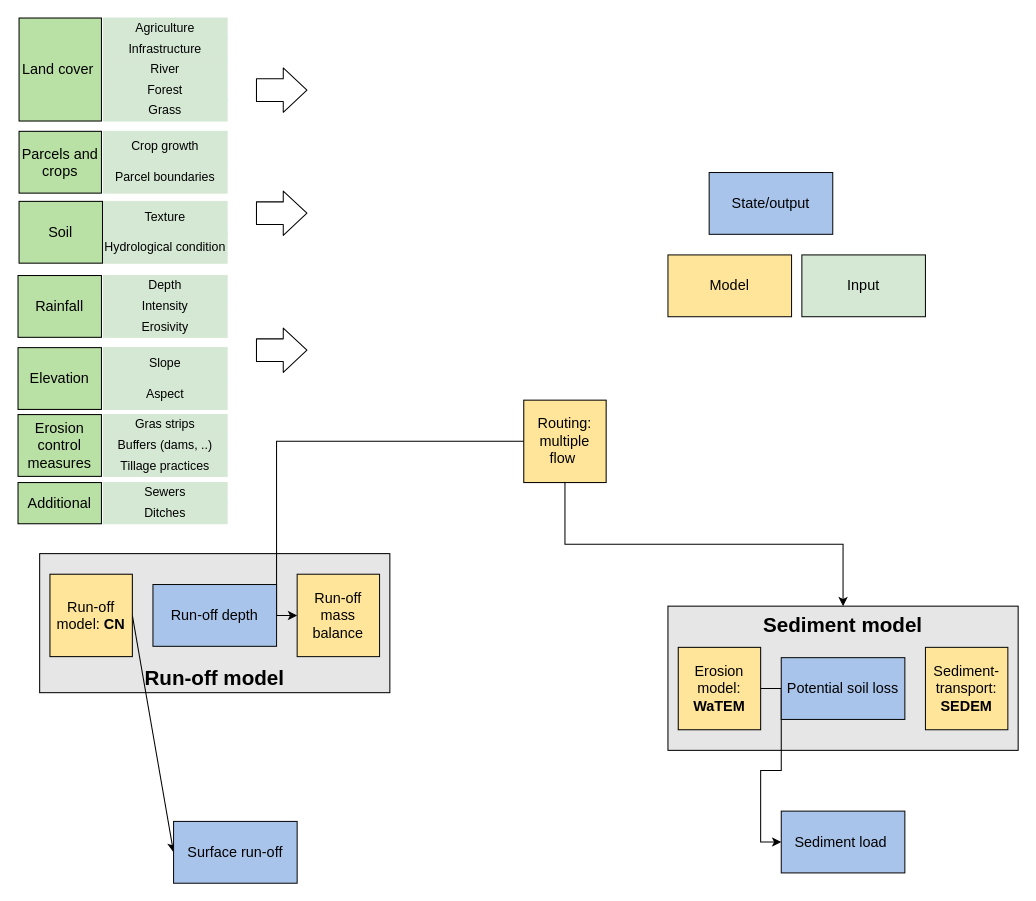
This is docs/_static/png/diagram_cn_ws_package.drawio from watem-sedem/watem-sedem, a draw.io file, before an edit. Source tidied: cells renumbered, new cells numbered last; positions are measured from the earlier drawing's top-left corner, leaving out a move shared by most shapes. Both pictures are drawn from the tidied source at 103%, with x=0, y=0 at pixel (18, 18).
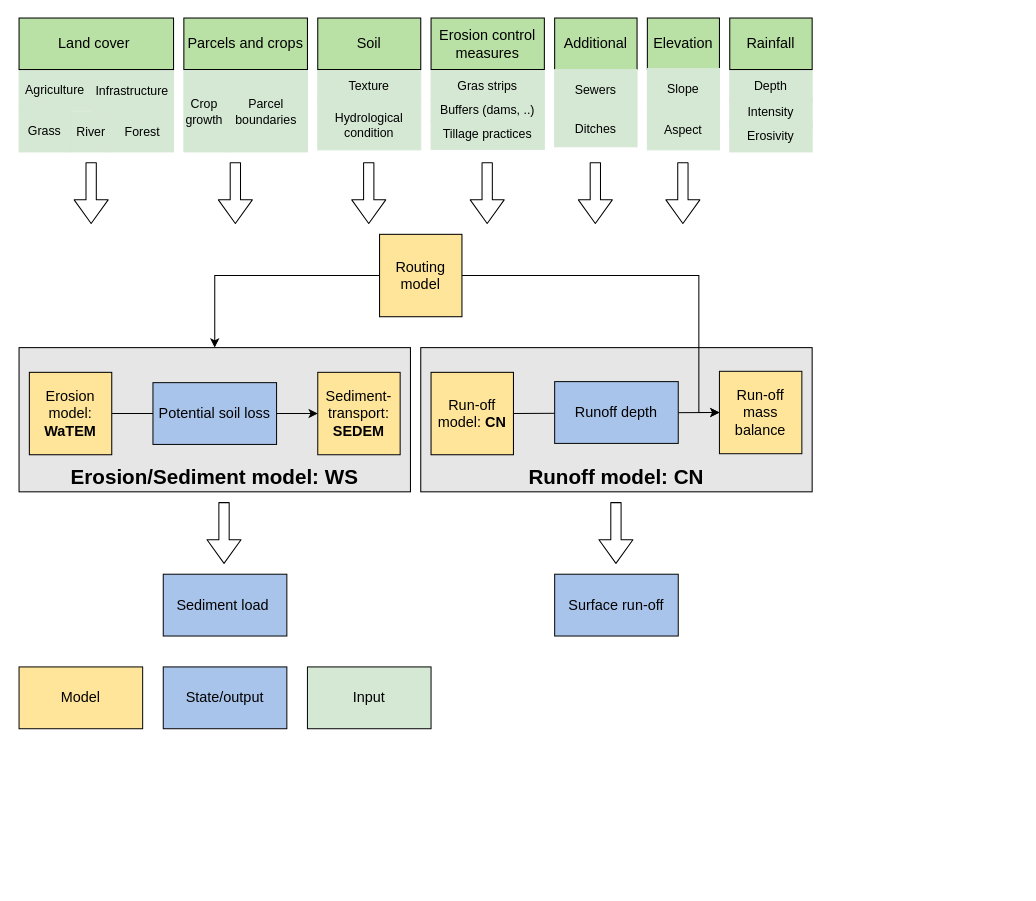
The same page after the edit.

Commit message (it also covers changes not shown here):
update figure diagram_cn_ws_package

The edit, as a diff of the source:
```diff
@@
-    <mxCell id="2" value="&lt;b style=&quot;font-size: 20px&quot;&gt;Run-off model&lt;/b&gt;" style="rounded=0;whiteSpace=wrap;html=1;verticalAlign=bottom;fontSize=20;fillColor=#E6E6E6;" parent="1" vertex="1">
-      <mxGeometry x="21" y="520" width="340" height="135" as="geometry" />
-    </mxCell>
+    <mxCell id="49" value="&lt;b style=&quot;font-size: 20px&quot;&gt;Runoff model: CN&lt;/b&gt;" style="rounded=0;whiteSpace=wrap;html=1;verticalAlign=bottom;fontSize=20;fillColor=#E6E6E6;" parent="1" vertex="1">
+      <mxGeometry x="391" y="320" width="380" height="140" as="geometry" />
+    </mxCell>
-    <mxCell id="3" value="&lt;b style=&quot;font-size: 20px&quot;&gt;Sediment model&lt;/b&gt;" style="rounded=0;whiteSpace=wrap;html=1;verticalAlign=top;fontSize=20;fillColor=#E6E6E6;" parent="1" vertex="1">
-      <mxGeometry x="631" y="571" width="340" height="140" as="geometry" />
+    <mxCell id="3" value="&lt;b style=&quot;font-size: 20px&quot;&gt;Erosion/Sediment model: WS&lt;/b&gt;" style="rounded=0;whiteSpace=wrap;html=1;verticalAlign=bottom;fontSize=20;fillColor=#E6E6E6;" parent="1" vertex="1">
+      <mxGeometry x="1" y="320" width="380" height="140" as="geometry" />
     </mxCell>
-    <mxCell id="4" style="edgeStyle=orthogonalEdgeStyle;rounded=0;jettySize=auto;html=1;exitX=0.5;exitY=1;exitDx=0;exitDy=0;entryX=0.5;entryY=0;entryDx=0;entryDy=0;" parent="1" edge="1" source="6" target="3">
+    <mxCell id="4" style="edgeStyle=orthogonalEdgeStyle;rounded=0;jettySize=auto;html=1;exitX=0;exitY=0.5;exitDx=0;exitDy=0;entryX=0.5;entryY=0;entryDx=0;entryDy=0;" parent="1" edge="1" source="6" target="3">
       <mxGeometry relative="1" as="geometry" />
     </mxCell>
-    <mxCell id="5" style="edgeStyle=orthogonalEdgeStyle;rounded=0;jettySize=auto;html=1;exitX=0;exitY=0.5;exitDx=0;exitDy=0;entryX=0;entryY=0.5;entryDx=0;entryDy=0;" parent="1" edge="1" source="6" target="47">
-      <mxGeometry relative="1" as="geometry" />
-    </mxCell>
-    <mxCell id="6" value="Routing: multiple flow&amp;nbsp;" style="whiteSpace=wrap;html=1;fontSize=14;fontStyle=0;fillColor=#FFE599;" parent="1" vertex="1">
-      <mxGeometry x="491" y="371" width="80" height="80" as="geometry" />
+    <mxCell id="6" value="Routing model" style="whiteSpace=wrap;html=1;fontSize=14;fontStyle=0;fillColor=#FFE599;" parent="1" vertex="1">
+      <mxGeometry x="351" y="210" width="80" height="80" as="geometry" />
     </mxCell>
-    <mxCell id="7" style="edgeStyle=none;rounded=0;jettySize=auto;html=1;exitX=1;exitY=0.5;exitDx=0;exitDy=0;entryX=0;entryY=0.5;entryDx=0;entryDy=0;" parent="1" edge="1" source="8" target="46">
+    <mxCell id="7" style="edgeStyle=none;rounded=0;jettySize=auto;html=1;exitX=1;exitY=0.5;exitDx=0;exitDy=0;entryX=0;entryY=0.5;entryDx=0;entryDy=0;entryPerimeter=0;" parent="1" edge="1" source="8" target="47">
       <mxGeometry relative="1" as="geometry" />
     </mxCell>
     <mxCell id="8" value="Run-off model: &lt;b&gt;CN&lt;/b&gt;" style="whiteSpace=wrap;html=1;fontSize=14;fontStyle=0;fillColor=#FFE599;" parent="1" vertex="1">
-      <mxGeometry x="31" y="540" width="80" height="80" as="geometry" />
+      <mxGeometry x="401" y="344" width="80" height="80" as="geometry" />
     </mxCell>
-    <mxCell id="9" style="edgeStyle=orthogonalEdgeStyle;rounded=0;jettySize=auto;html=1;entryX=0;entryY=0.5;entryDx=0;entryDy=0;fillColor=#BFBFBF;fontSize=14;" parent="1" edge="1" source="48" target="33">
+    <mxCell id="9" style="edgeStyle=orthogonalEdgeStyle;rounded=0;jettySize=auto;html=1;fillColor=#BFBFBF;fontSize=14;" parent="1" edge="1" source="48" target="45">
       <mxGeometry relative="1" as="geometry" />
     </mxCell>
-    <mxCell id="10" value="Agriculture" style="rounded=0;whiteSpace=wrap;html=1;fillColor=#D5E8D4;fontSize=12;strokeColor=#D5E8D4;" parent="1" vertex="1">
-      <mxGeometry x="83" width="120" height="20" as="geometry" />
+    <mxCell id="10" value="Agriculture" style="rounded=0;whiteSpace=wrap;html=1;fillColor=#D5E8D4;fontSize=12;strokeColor=#D5E8D4;rotation=0;direction=north;" parent="1" vertex="1">
+      <mxGeometry x="1" y="50" width="70" height="40" as="geometry" />
     </mxCell>
-    <mxCell id="11" value="Infrastructure" style="rounded=0;whiteSpace=wrap;html=1;fillColor=#D5E8D4;fontSize=12;strokeColor=#D5E8D4;" parent="1" vertex="1">
-      <mxGeometry x="83" y="20" width="120" height="20" as="geometry" />
+    <mxCell id="11" value="Infrastructure" style="rounded=0;whiteSpace=wrap;html=1;fillColor=#D5E8D4;fontSize=12;strokeColor=#D5E8D4;rotation=0;direction=north;" parent="1" vertex="1">
+      <mxGeometry x="71" y="51" width="80" height="40" as="geometry" />
     </mxCell>
-    <mxCell id="12" value="River" style="rounded=0;whiteSpace=wrap;html=1;fillColor=#D5E8D4;fontSize=12;strokeColor=#D5E8D4;" parent="1" vertex="1">
-      <mxGeometry x="83" y="40" width="120" height="20" as="geometry" />
+    <mxCell id="12" value="River" style="rounded=0;whiteSpace=wrap;html=1;fillColor=#D5E8D4;fontSize=12;strokeColor=#D5E8D4;rotation=0;direction=east;" parent="1" vertex="1">
+      <mxGeometry x="51" y="91" width="40" height="39" as="geometry" />
     </mxCell>
-    <mxCell id="13" value="Forest" style="rounded=0;whiteSpace=wrap;html=1;fillColor=#D5E8D4;fontSize=12;strokeColor=#D5E8D4;" parent="1" vertex="1">
-      <mxGeometry x="83" y="60" width="120" height="20" as="geometry" />
+    <mxCell id="13" value="Forest" style="rounded=0;whiteSpace=wrap;html=1;fillColor=#D5E8D4;fontSize=12;strokeColor=#D5E8D4;rotation=0;direction=north;" parent="1" vertex="1">
+      <mxGeometry x="91" y="91" width="60" height="39" as="geometry" />
     </mxCell>
-    <mxCell id="14" value="Grass" style="rounded=0;whiteSpace=wrap;html=1;fillColor=#D5E8D4;fontSize=12;strokeColor=#D5E8D4;" parent="1" vertex="1">
-      <mxGeometry x="83" y="80" width="120" height="20" as="geometry" />
+    <mxCell id="14" value="Grass" style="rounded=0;whiteSpace=wrap;html=1;fillColor=#D5E8D4;fontSize=12;strokeColor=#D5E8D4;rotation=0;direction=north;" parent="1" vertex="1">
+      <mxGeometry x="1" y="90" width="50" height="40" as="geometry" />
     </mxCell>
     <mxCell id="15" value="&lt;span&gt;Land cover&amp;nbsp;&lt;/span&gt;" style="rounded=0;whiteSpace=wrap;html=1;fillColor=#B9E0A5;fontSize=14;fontStyle=0;" parent="1" vertex="1">
-      <mxGeometry x="1" width="80" height="100" as="geometry" />
+      <mxGeometry x="1" width="150" height="50" as="geometry" />
     </mxCell>
     <mxCell id="16" value="Soil" style="rounded=0;whiteSpace=wrap;html=1;fillColor=#B9E0A5;fontSize=14;fontStyle=0;" parent="1" vertex="1">
-      <mxGeometry x="1" y="178" width="81" height="60" as="geometry" />
+      <mxGeometry x="291" width="100" height="50" as="geometry" />
     </mxCell>
     <mxCell id="17" value="Erosivity" style="rounded=0;whiteSpace=wrap;html=1;fillColor=#D5E8D4;fontSize=12;strokeColor=#D5E8D4;" parent="1" vertex="1">
-      <mxGeometry x="83" y="290" width="120" height="20" as="geometry" />
+      <mxGeometry x="691" y="100.5" width="80" height="29.5" as="geometry" />
     </mxCell>
     <mxCell id="18" value="Depth" style="rounded=0;whiteSpace=wrap;html=1;fillColor=#D5E8D4;fontSize=12;strokeColor=#D5E8D4;" parent="1" vertex="1">
-      <mxGeometry x="83" y="250" width="120" height="20" as="geometry" />
+      <mxGeometry x="691" y="51" width="80" height="29.5" as="geometry" />
     </mxCell>
     <mxCell id="19" value="Intensity" style="rounded=0;whiteSpace=wrap;html=1;fillColor=#D5E8D4;fontSize=12;strokeColor=#D5E8D4;" parent="1" vertex="1">
-      <mxGeometry x="83" y="270" width="120" height="20" as="geometry" />
+      <mxGeometry x="691" y="77.5" width="80" height="29.5" as="geometry" />
     </mxCell>
     <mxCell id="20" value="Rainfall" style="rounded=0;whiteSpace=wrap;html=1;fillColor=#B9E0A5;fontSize=14;fontStyle=0;" parent="1" vertex="1">
-      <mxGeometry y="250" width="81" height="60" as="geometry" />
+      <mxGeometry x="691" width="80" height="50" as="geometry" />
     </mxCell>
     <mxCell id="21" value="Erosion control measures" style="rounded=0;whiteSpace=wrap;html=1;fillColor=#B9E0A5;fontSize=14;fontStyle=0;" parent="1" vertex="1">
-      <mxGeometry y="385" width="81" height="60" as="geometry" />
+      <mxGeometry x="401" width="110" height="50" as="geometry" />
     </mxCell>
     <mxCell id="22" value="Gras strips" style="rounded=0;whiteSpace=wrap;html=1;fillColor=#D5E8D4;fontSize=12;strokeColor=#D5E8D4;" parent="1" vertex="1">
-      <mxGeometry x="83" y="385" width="120" height="20" as="geometry" />
+      <mxGeometry x="401" y="51" width="110" height="29" as="geometry" />
     </mxCell>
     <mxCell id="23" value="&lt;span&gt;&lt;font style=&quot;font-size: 14px&quot;&gt;Parcels and crops&lt;/font&gt;&lt;/span&gt;" style="rounded=0;whiteSpace=wrap;html=1;fillColor=#B9E0A5;fontSize=12;fontStyle=0;" parent="1" vertex="1">
-      <mxGeometry x="1" y="110" width="80" height="60" as="geometry" />
+      <mxGeometry x="161" width="120" height="50" as="geometry" />
     </mxCell>
     <mxCell id="24" value="Buffers (dams, ..)" style="rounded=0;whiteSpace=wrap;html=1;fillColor=#D5E8D4;fontSize=12;strokeColor=#D5E8D4;" parent="1" vertex="1">
-      <mxGeometry x="83" y="405" width="120" height="20" as="geometry" />
+      <mxGeometry x="401" y="80" width="110" height="20" as="geometry" />
     </mxCell>
     <mxCell id="25" value="Potential soil loss" style="rounded=0;whiteSpace=wrap;html=1;strokeColor=#0A0A0A;fillColor=#A9C4EB;fontSize=14;fontStyle=0;" parent="1" vertex="1">
-      <mxGeometry x="741" y="621" width="120" height="60" as="geometry" />
+      <mxGeometry x="131" y="354" width="120" height="60" as="geometry" />
     </mxCell>
     <mxCell id="26" value="Tillage practices" style="rounded=0;whiteSpace=wrap;html=1;fillColor=#D5E8D4;fontSize=12;strokeColor=#D5E8D4;" parent="1" vertex="1">
-      <mxGeometry x="83" y="425" width="120" height="20" as="geometry" />
+      <mxGeometry x="401" y="98.5" width="110" height="29" as="geometry" />
     </mxCell>
-    <mxCell id="27" value="Crop growth" style="rounded=0;whiteSpace=wrap;html=1;fillColor=#D5E8D4;fontSize=12;strokeColor=#D5E8D4;" parent="1" vertex="1">
-      <mxGeometry x="83" y="110" width="120" height="30" as="geometry" />
+    <mxCell id="27" value="Crop growth" style="rounded=0;whiteSpace=wrap;html=1;fillColor=#D5E8D4;fontSize=12;strokeColor=#D5E8D4;direction=south;rotation=0;" parent="1" vertex="1">
+      <mxGeometry x="161" y="51" width="40" height="79" as="geometry" />
     </mxCell>
-    <mxCell id="28" value="Parcel boundaries" style="rounded=0;whiteSpace=wrap;html=1;fillColor=#D5E8D4;fontSize=12;strokeColor=#D5E8D4;" parent="1" vertex="1">
-      <mxGeometry x="83" y="140" width="120" height="30" as="geometry" />
+    <mxCell id="28" value="Parcel boundaries" style="rounded=0;whiteSpace=wrap;html=1;fillColor=#D5E8D4;fontSize=12;strokeColor=#D5E8D4;direction=south;" parent="1" vertex="1">
+      <mxGeometry x="201" y="51" width="80" height="79" as="geometry" />
     </mxCell>
     <mxCell id="29" value="Additional" style="rounded=0;whiteSpace=wrap;html=1;fillColor=#B9E0A5;fontSize=14;fontStyle=0;" parent="1" vertex="1">
-      <mxGeometry y="451" width="81" height="40" as="geometry" />
+      <mxGeometry x="521" width="80" height="50" as="geometry" />
     </mxCell>
     <mxCell id="30" value="Sewers" style="rounded=0;whiteSpace=wrap;html=1;fillColor=#D5E8D4;fontSize=12;strokeColor=#D5E8D4;" parent="1" vertex="1">
-      <mxGeometry x="83" y="451" width="120" height="20" as="geometry" />
+      <mxGeometry x="521" y="50" width="80" height="40" as="geometry" />
     </mxCell>
     <mxCell id="31" value="Ditches" style="rounded=0;whiteSpace=wrap;html=1;fillColor=#D5E8D4;fontSize=12;strokeColor=#D5E8D4;" parent="1" vertex="1">
-      <mxGeometry x="83" y="471" width="120" height="20" as="geometry" />
+      <mxGeometry x="521" y="90" width="80" height="35" as="geometry" />
     </mxCell>
-    <mxCell id="32" value="Run-off depth" style="rounded=0;whiteSpace=wrap;html=1;strokeColor=#0A0A0A;fillColor=#A9C4EB;fontSize=14;fontStyle=0;" parent="1" vertex="1">
-      <mxGeometry x="131" y="550" width="120" height="60" as="geometry" />
+    <mxCell id="32" value="Runoff depth" style="rounded=0;whiteSpace=wrap;html=1;strokeColor=#0A0A0A;fillColor=#A9C4EB;fontSize=14;fontStyle=0;" parent="1" vertex="1">
+      <mxGeometry x="521" y="353" width="120" height="60" as="geometry" />
     </mxCell>
     <mxCell id="33" value="&lt;span style=&quot;font-weight: normal&quot;&gt;Sediment load&amp;nbsp;&lt;/span&gt;" style="rounded=0;whiteSpace=wrap;html=1;strokeColor=#0A0A0A;fillColor=#A9C4EB;fontSize=14;fontStyle=1;" parent="1" vertex="1">
-      <mxGeometry x="741" y="770" width="120" height="60" as="geometry" />
+      <mxGeometry x="141" y="540" width="120" height="60" as="geometry" />
     </mxCell>
     <mxCell id="34" value="&lt;span style=&quot;font-weight: 400&quot;&gt;State/output&lt;/span&gt;" style="rounded=0;whiteSpace=wrap;html=1;strokeColor=#0A0A0A;fillColor=#A9C4EB;fontSize=14;fontStyle=1;" parent="1" vertex="1">
-      <mxGeometry x="671" y="150" width="120" height="60" as="geometry" />
+      <mxGeometry x="141" y="630" width="120" height="60" as="geometry" />
     </mxCell>
     <mxCell id="35" value="&lt;span style=&quot;font-weight: 400&quot;&gt;Model&lt;/span&gt;" style="rounded=0;whiteSpace=wrap;html=1;strokeColor=#0A0A0A;fillColor=#FFE599;fontSize=14;fontStyle=1;" parent="1" vertex="1">
-      <mxGeometry x="631" y="230" width="120" height="60" as="geometry" />
+      <mxGeometry x="1" y="630" width="120" height="60" as="geometry" />
     </mxCell>
     <mxCell id="36" value="&lt;span style=&quot;font-weight: 400&quot;&gt;Input&lt;/span&gt;" style="rounded=0;whiteSpace=wrap;html=1;strokeColor=#0A0A0A;fillColor=#D5E8D4;fontSize=14;fontStyle=1;" parent="1" vertex="1">
-      <mxGeometry x="761" y="230" width="120" height="60" as="geometry" />
+      <mxGeometry x="281" y="630" width="120" height="60" as="geometry" />
     </mxCell>
-    <mxCell id="37" style="shape=flexArrow;endArrow=classic;html=1;fillColor=#FFFFFF;fontSize=14;width=22;endSize=7.33;labelBackgroundColor=#FFFFFF;" parent="1" edge="1">
-      <mxGeometry relative="1" as="geometry">
-        <mxPoint x="231" y="70" as="sourcePoint" />
-        <mxPoint x="281" y="70" as="targetPoint" />
-      </mxGeometry>
-    </mxCell>
-    <mxCell id="38" style="shape=flexArrow;endArrow=classic;html=1;fillColor=#FFFFFF;fontSize=14;width=22;endSize=7.33;labelBackgroundColor=#FFFFFF;" parent="1" edge="1">
-      <mxGeometry relative="1" as="geometry">
-        <mxPoint x="231" y="189.5" as="sourcePoint" />
-        <mxPoint x="281" y="189.5" as="targetPoint" />
-      </mxGeometry>
-    </mxCell>
-    <mxCell id="39" style="shape=flexArrow;endArrow=classic;html=1;fillColor=#FFFFFF;fontSize=14;width=22;endSize=7.33;labelBackgroundColor=#FFFFFF;" parent="1" edge="1">
-      <mxGeometry relative="1" as="geometry">
-        <mxPoint x="231" y="322.5" as="sourcePoint" />
-        <mxPoint x="281" y="322.5" as="targetPoint" />
-      </mxGeometry>
-    </mxCell>
     <mxCell id="40" value="Texture" style="rounded=0;whiteSpace=wrap;html=1;fillColor=#D5E8D4;fontSize=12;strokeColor=#D5E8D4;" parent="1" vertex="1">
-      <mxGeometry x="83" y="178" width="120" height="32" as="geometry" />
+      <mxGeometry x="291" y="51" width="100" height="29" as="geometry" />
     </mxCell>
     <mxCell id="41" value="Hydrological condition" style="rounded=0;whiteSpace=wrap;html=1;fillColor=#D5E8D4;fontSize=12;strokeColor=#D5E8D4;" parent="1" vertex="1">
-      <mxGeometry x="83" y="208" width="120" height="30" as="geometry" />
+      <mxGeometry x="291" y="80" width="100" height="48" as="geometry" />
     </mxCell>
     <mxCell id="42" value="Elevation" style="rounded=0;whiteSpace=wrap;html=1;fillColor=#B9E0A5;fontSize=14;fontStyle=0;" parent="1" vertex="1">
-      <mxGeometry y="320" width="81" height="60" as="geometry" />
+      <mxGeometry x="611" width="70" height="50" as="geometry" />
     </mxCell>
     <mxCell id="43" value="Slope" style="rounded=0;whiteSpace=wrap;html=1;fillColor=#D5E8D4;fontSize=12;strokeColor=#D5E8D4;" parent="1" vertex="1">
-      <mxGeometry x="83" y="320" width="120" height="30" as="geometry" />
+      <mxGeometry x="611" y="49" width="70" height="40" as="geometry" />
     </mxCell>
     <mxCell id="44" value="Aspect" style="rounded=0;whiteSpace=wrap;html=1;fillColor=#D5E8D4;fontSize=12;strokeColor=#D5E8D4;" parent="1" vertex="1">
-      <mxGeometry x="83" y="350" width="120" height="30" as="geometry" />
+      <mxGeometry x="611" y="89" width="70" height="39" as="geometry" />
     </mxCell>
     <mxCell id="45" value="Sediment-transport: &lt;b&gt;SEDEM&lt;/b&gt;" style="rounded=0;whiteSpace=wrap;html=1;strokeColor=#0A0A0A;fillColor=#FFE599;fontSize=14;fontStyle=0;" parent="1" vertex="1">
-      <mxGeometry x="881" y="611" width="80" height="80" as="geometry" />
+      <mxGeometry x="291" y="344" width="80" height="80" as="geometry" />
     </mxCell>
     <mxCell id="46" value="Surface run-off" style="rounded=0;whiteSpace=wrap;html=1;strokeColor=#0A0A0A;fillColor=#A9C4EB;fontSize=14;fontStyle=0;" parent="1" vertex="1">
-      <mxGeometry x="151" y="780" width="120" height="60" as="geometry" />
+      <mxGeometry x="521" y="540" width="120" height="60" as="geometry" />
     </mxCell>
     <mxCell id="47" value="Run-off mass balance" style="rounded=0;whiteSpace=wrap;html=1;strokeColor=#0A0A0A;fillColor=#FFE599;fontSize=14;fontStyle=0;" parent="1" vertex="1">
-      <mxGeometry x="271" y="540" width="80" height="80" as="geometry" />
+      <mxGeometry x="681" y="343" width="80" height="80" as="geometry" />
     </mxCell>
     <mxCell id="48" value="Erosion model: &lt;b&gt;WaTEM&lt;/b&gt;" style="whiteSpace=wrap;html=1;fontSize=14;fontStyle=0;fillColor=#FFE599;" parent="1" vertex="1">
-      <mxGeometry x="641" y="611" width="80" height="80" as="geometry" />
+      <mxGeometry x="11" y="344" width="80" height="80" as="geometry" />
     </mxCell>
+    <mxCell id="5" style="edgeStyle=orthogonalEdgeStyle;rounded=0;jettySize=auto;html=1;exitX=1;exitY=0.5;exitDx=0;exitDy=0;entryX=0;entryY=0.5;entryDx=0;entryDy=0;" parent="1" edge="1" source="6" target="47">
+      <mxGeometry relative="1" as="geometry">
+        <Array as="points">
+          <mxPoint x="661" y="250" />
+          <mxPoint x="661" y="383" />
+        </Array>
+      </mxGeometry>
+    </mxCell>
+    <mxCell id="50" style="shape=flexArrow;endArrow=classic;html=1;endWidth=22;endSize=7.33;verticalAlign=middle;" parent="1" edge="1">
+      <mxGeometry relative="1" as="geometry">
+        <mxPoint x="71" y="140" as="sourcePoint" />
+        <mxPoint x="71" y="200" as="targetPoint" />
+      </mxGeometry>
+    </mxCell>
+    <mxCell id="51" style="shape=flexArrow;endArrow=classic;html=1;endWidth=22;endSize=7.33;verticalAlign=middle;" parent="1" edge="1">
+      <mxGeometry relative="1" as="geometry">
+        <mxPoint x="211" y="140" as="sourcePoint" />
+        <mxPoint x="211" y="200" as="targetPoint" />
+      </mxGeometry>
+    </mxCell>
+    <mxCell id="52" style="shape=flexArrow;endArrow=classic;html=1;endWidth=22;endSize=7.33;verticalAlign=middle;" parent="1" edge="1">
+      <mxGeometry relative="1" as="geometry">
+        <mxPoint x="340.5" y="140" as="sourcePoint" />
+        <mxPoint x="340.5" y="200" as="targetPoint" />
+      </mxGeometry>
+    </mxCell>
+    <mxCell id="53" style="shape=flexArrow;endArrow=classic;html=1;endWidth=22;endSize=7.33;verticalAlign=middle;" parent="1" edge="1">
+      <mxGeometry relative="1" as="geometry">
+        <mxPoint x="455.5" y="140" as="sourcePoint" />
+        <mxPoint x="455.5" y="200" as="targetPoint" />
+      </mxGeometry>
+    </mxCell>
+    <mxCell id="54" style="shape=flexArrow;endArrow=classic;html=1;endWidth=22;endSize=7.33;verticalAlign=middle;" parent="1" edge="1">
+      <mxGeometry relative="1" as="geometry">
+        <mxPoint x="560.5" y="140" as="sourcePoint" />
+        <mxPoint x="560.5" y="200" as="targetPoint" />
+      </mxGeometry>
+    </mxCell>
+    <mxCell id="55" style="shape=flexArrow;endArrow=classic;html=1;endWidth=22;endSize=7.33;verticalAlign=middle;" parent="1" edge="1">
+      <mxGeometry relative="1" as="geometry">
+        <mxPoint x="645.5" y="140" as="sourcePoint" />
+        <mxPoint x="645.5" y="200" as="targetPoint" />
+      </mxGeometry>
+    </mxCell>
+    <mxCell id="56" style="shape=flexArrow;endArrow=classic;html=1;endWidth=22;endSize=7.33;verticalAlign=middle;" parent="1" edge="1">
+      <mxGeometry relative="1" as="geometry">
+        <mxPoint x="580.5" y="470" as="sourcePoint" />
+        <mxPoint x="580.5" y="530" as="targetPoint" />
+      </mxGeometry>
+    </mxCell>
+    <mxCell id="57" style="shape=flexArrow;endArrow=classic;html=1;endWidth=22;endSize=7.33;verticalAlign=middle;" parent="1" edge="1">
+      <mxGeometry relative="1" as="geometry">
+        <mxPoint x="200" y="470" as="sourcePoint" />
+        <mxPoint x="200" y="530" as="targetPoint" />
+      </mxGeometry>
+    </mxCell>
```
